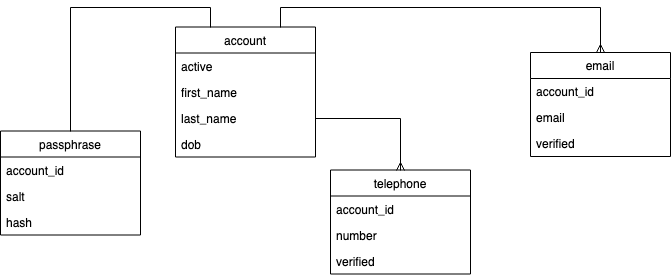
james-bowers/me keeps this draw.io diagram as docs/me.png. Above is the earlier version. Source tidied: cells renumbered, new cells last; positions are measured from the earlier drawing's top-left corner, leaving out a move shared by most shapes.
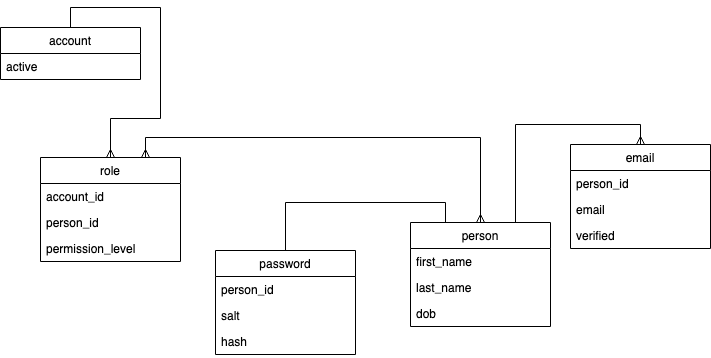
After the change.

The edit, as a diff of the source:
```diff
@@ -2,22 +2,10 @@
   <root>
     <mxCell id="0" />
     <mxCell id="1" parent="0" />
-    <mxCell id="2" value="telephone" style="swimlane;fontStyle=0;horizontal=1;startSize=26;fillColor=none;" parent="1" vertex="1">
-      <mxGeometry x="330" y="143.5" width="140" height="104" as="geometry" />
-    </mxCell>
-    <mxCell id="3" value="account_id&#10;" style="text;strokeColor=none;fillColor=none;align=left;verticalAlign=top;spacingLeft=4;spacingRight=4;overflow=hidden;" parent="2" vertex="1">
-      <mxGeometry y="26" width="140" height="26" as="geometry" />
-    </mxCell>
-    <mxCell id="4" value="number&#10;" style="text;strokeColor=none;fillColor=none;align=left;verticalAlign=top;spacingLeft=4;spacingRight=4;overflow=hidden;" parent="2" vertex="1">
-      <mxGeometry y="52" width="140" height="26" as="geometry" />
-    </mxCell>
-    <mxCell id="5" value="verified&#10;" style="text;strokeColor=none;fillColor=none;align=left;verticalAlign=top;spacingLeft=4;spacingRight=4;overflow=hidden;" parent="2" vertex="1">
-      <mxGeometry y="78" width="140" height="26" as="geometry" />
-    </mxCell>
     <mxCell id="6" value="email" style="swimlane;fontStyle=0;horizontal=1;startSize=26;fillColor=none;" parent="1" vertex="1">
-      <mxGeometry x="530" y="26" width="140" height="104" as="geometry" />
+      <mxGeometry x="530" y="18" width="140" height="104" as="geometry" />
     </mxCell>
-    <mxCell id="7" value="account_id&#10;" style="text;strokeColor=none;fillColor=none;align=left;verticalAlign=top;spacingLeft=4;spacingRight=4;overflow=hidden;" parent="6" vertex="1">
+    <mxCell id="7" value="person_id&#10;" style="text;strokeColor=none;fillColor=none;align=left;verticalAlign=top;spacingLeft=4;spacingRight=4;overflow=hidden;" parent="6" vertex="1">
       <mxGeometry y="26" width="140" height="26" as="geometry" />
     </mxCell>
     <mxCell id="8" value="email&#10;" style="text;strokeColor=none;fillColor=none;align=left;verticalAlign=top;spacingLeft=4;spacingRight=4;overflow=hidden;" parent="6" vertex="1">
@@ -26,34 +14,28 @@
     <mxCell id="9" value="verified&#10;" style="text;strokeColor=none;fillColor=none;align=left;verticalAlign=top;spacingLeft=4;spacingRight=4;overflow=hidden;" parent="6" vertex="1">
       <mxGeometry y="78" width="140" height="26" as="geometry" />
     </mxCell>
-    <mxCell id="10" style="edgeStyle=orthogonalEdgeStyle;rounded=0;jettySize=auto;html=1;exitX=0.25;exitY=0;exitDx=0;exitDy=0;entryX=0.5;entryY=0;entryDx=0;entryDy=0;endArrow=none;endFill=0;" parent="1" edge="1" source="11" target="18">
-      <mxGeometry relative="1" as="geometry" />
-    </mxCell>
-    <mxCell id="11" value="account" style="swimlane;fontStyle=0;horizontal=1;startSize=26;fillColor=none;" parent="1" vertex="1">
-      <mxGeometry x="175" y="0.5" width="140" height="130" as="geometry" />
+    <mxCell id="11" value="person" style="swimlane;fontStyle=0;horizontal=1;startSize=26;fillColor=none;" parent="1" vertex="1">
+      <mxGeometry x="370" y="96" width="140" height="104" as="geometry" />
     </mxCell>
-    <mxCell id="12" value="active" style="text;strokeColor=none;fillColor=none;align=left;verticalAlign=top;spacingLeft=4;spacingRight=4;overflow=hidden;" parent="11" vertex="1">
-      <mxGeometry y="26" width="140" height="26" as="geometry" />
-    </mxCell>
     <mxCell id="13" value="first_name&#10;" style="text;strokeColor=none;fillColor=none;align=left;verticalAlign=top;spacingLeft=4;spacingRight=4;overflow=hidden;" parent="11" vertex="1">
-      <mxGeometry y="52" width="140" height="26" as="geometry" />
+      <mxGeometry y="26" width="140" height="26" as="geometry" />
     </mxCell>
+    <mxCell id="22" value="last_name&#10;" style="text;strokeColor=none;fillColor=none;align=left;verticalAlign=top;spacingLeft=4;spacingRight=4;overflow=hidden;" parent="11" vertex="1">
+      <mxGeometry y="52" width="140" height="26" as="geometry" />
+    </mxCell>
-    <mxCell id="14" value="last_name&#10;" style="text;strokeColor=none;fillColor=none;align=left;verticalAlign=top;spacingLeft=4;spacingRight=4;overflow=hidden;points=[[0,0.5],[1,0.5]];portConstraint=eastwest;" parent="11" vertex="1">
+    <mxCell id="14" value="dob&#10;" style="text;strokeColor=none;fillColor=none;align=left;verticalAlign=top;spacingLeft=4;spacingRight=4;overflow=hidden;points=[[0,0.5],[1,0.5]];portConstraint=eastwest;" parent="11" vertex="1">
       <mxGeometry y="78" width="140" height="26" as="geometry" />
     </mxCell>
-    <mxCell id="15" value="dob" style="text;strokeColor=none;fillColor=none;align=left;verticalAlign=top;spacingLeft=4;spacingRight=4;overflow=hidden;" parent="11" vertex="1">
-      <mxGeometry y="104" width="140" height="26" as="geometry" />
-    </mxCell>
     <mxCell id="16" style="edgeStyle=orthogonalEdgeStyle;rounded=0;jettySize=auto;html=1;exitX=0.75;exitY=0;exitDx=0;exitDy=0;entryX=0.5;entryY=0;entryDx=0;entryDy=0;endArrow=ERmany;endFill=0;" parent="1" edge="1" source="11" target="6">
       <mxGeometry relative="1" as="geometry" />
     </mxCell>
-    <mxCell id="17" style="edgeStyle=orthogonalEdgeStyle;rounded=0;jettySize=auto;html=1;exitX=1;exitY=0.5;exitDx=0;exitDy=0;entryX=0.5;entryY=0;entryDx=0;entryDy=0;endArrow=ERmany;endFill=0;" parent="1" edge="1" source="14" target="2">
-      <mxGeometry relative="1" as="geometry" />
-    </mxCell>
+    <mxCell id="23" style="edgeStyle=orthogonalEdgeStyle;rounded=0;jettySize=auto;html=1;exitX=0.5;exitY=0;exitDx=0;exitDy=0;entryX=0.25;entryY=0;entryDx=0;entryDy=0;endArrow=none;endFill=0;" parent="1" edge="1" source="18" target="11">
+      <mxGeometry relative="1" as="geometry" />
+    </mxCell>
-    <mxCell id="18" value="passphrase" style="swimlane;fontStyle=0;horizontal=1;startSize=26;fillColor=none;" parent="1" vertex="1">
-      <mxGeometry y="104.5" width="140" height="104" as="geometry" />
+    <mxCell id="18" value="password" style="swimlane;fontStyle=0;horizontal=1;startSize=26;fillColor=none;" parent="1" vertex="1">
+      <mxGeometry x="175" y="124" width="140" height="104" as="geometry" />
     </mxCell>
-    <mxCell id="19" value="account_id&#10;" style="text;strokeColor=none;fillColor=none;align=left;verticalAlign=top;spacingLeft=4;spacingRight=4;overflow=hidden;" parent="18" vertex="1">
+    <mxCell id="19" value="person_id&#10;" style="text;strokeColor=none;fillColor=none;align=left;verticalAlign=top;spacingLeft=4;spacingRight=4;overflow=hidden;" parent="18" vertex="1">
       <mxGeometry y="26" width="140" height="26" as="geometry" />
     </mxCell>
     <mxCell id="20" value="salt&#10;" style="text;strokeColor=none;fillColor=none;align=left;verticalAlign=top;spacingLeft=4;spacingRight=4;overflow=hidden;" parent="18" vertex="1">
@@ -62,5 +44,29 @@
     <mxCell id="21" value="hash&#10;" style="text;strokeColor=none;fillColor=none;align=left;verticalAlign=top;spacingLeft=4;spacingRight=4;overflow=hidden;" parent="18" vertex="1">
       <mxGeometry y="78" width="140" height="26" as="geometry" />
     </mxCell>
+    <mxCell id="24" style="edgeStyle=orthogonalEdgeStyle;rounded=0;jettySize=auto;html=1;exitX=0.5;exitY=0;exitDx=0;exitDy=0;entryX=0.5;entryY=0;entryDx=0;entryDy=0;endArrow=ERmany;endFill=0;" parent="1" edge="1" source="25" target="27">
+      <mxGeometry relative="1" as="geometry" />
+    </mxCell>
+    <mxCell id="25" value="account" style="swimlane;fontStyle=0;horizontal=1;startSize=26;fillColor=none;" parent="1" vertex="1">
+      <mxGeometry x="-40" y="-99" width="140" height="52" as="geometry" />
+    </mxCell>
+    <mxCell id="12" value="active" style="text;strokeColor=none;fillColor=none;align=left;verticalAlign=top;spacingLeft=4;spacingRight=4;overflow=hidden;" parent="25" vertex="1">
+      <mxGeometry y="26" width="140" height="26" as="geometry" />
+    </mxCell>
+    <mxCell id="26" style="edgeStyle=orthogonalEdgeStyle;rounded=0;jettySize=auto;html=1;exitX=0.75;exitY=0;exitDx=0;exitDy=0;entryX=0.5;entryY=0;entryDx=0;entryDy=0;endArrow=ERmany;endFill=0;startArrow=ERmany;startFill=0;" parent="1" edge="1" source="27" target="11">
+      <mxGeometry relative="1" as="geometry" />
+    </mxCell>
+    <mxCell id="27" value="role" style="swimlane;fontStyle=0;horizontal=1;startSize=26;fillColor=none;" parent="1" vertex="1">
+      <mxGeometry y="31" width="140" height="104" as="geometry" />
+    </mxCell>
+    <mxCell id="3" value="account_id&#10;" style="text;strokeColor=none;fillColor=none;align=left;verticalAlign=top;spacingLeft=4;spacingRight=4;overflow=hidden;" parent="27" vertex="1">
+      <mxGeometry y="26" width="140" height="26" as="geometry" />
+    </mxCell>
+    <mxCell id="28" value="person_id&#10;" style="text;strokeColor=none;fillColor=none;align=left;verticalAlign=top;spacingLeft=4;spacingRight=4;overflow=hidden;" parent="27" vertex="1">
+      <mxGeometry y="52" width="140" height="26" as="geometry" />
+    </mxCell>
+    <mxCell id="29" value="permission_level&#10;" style="text;strokeColor=none;fillColor=none;align=left;verticalAlign=top;spacingLeft=4;spacingRight=4;overflow=hidden;" parent="27" vertex="1">
+      <mxGeometry y="78" width="140" height="26" as="geometry" />
+    </mxCell>
   </root>
 </mxGraphModel>
```
